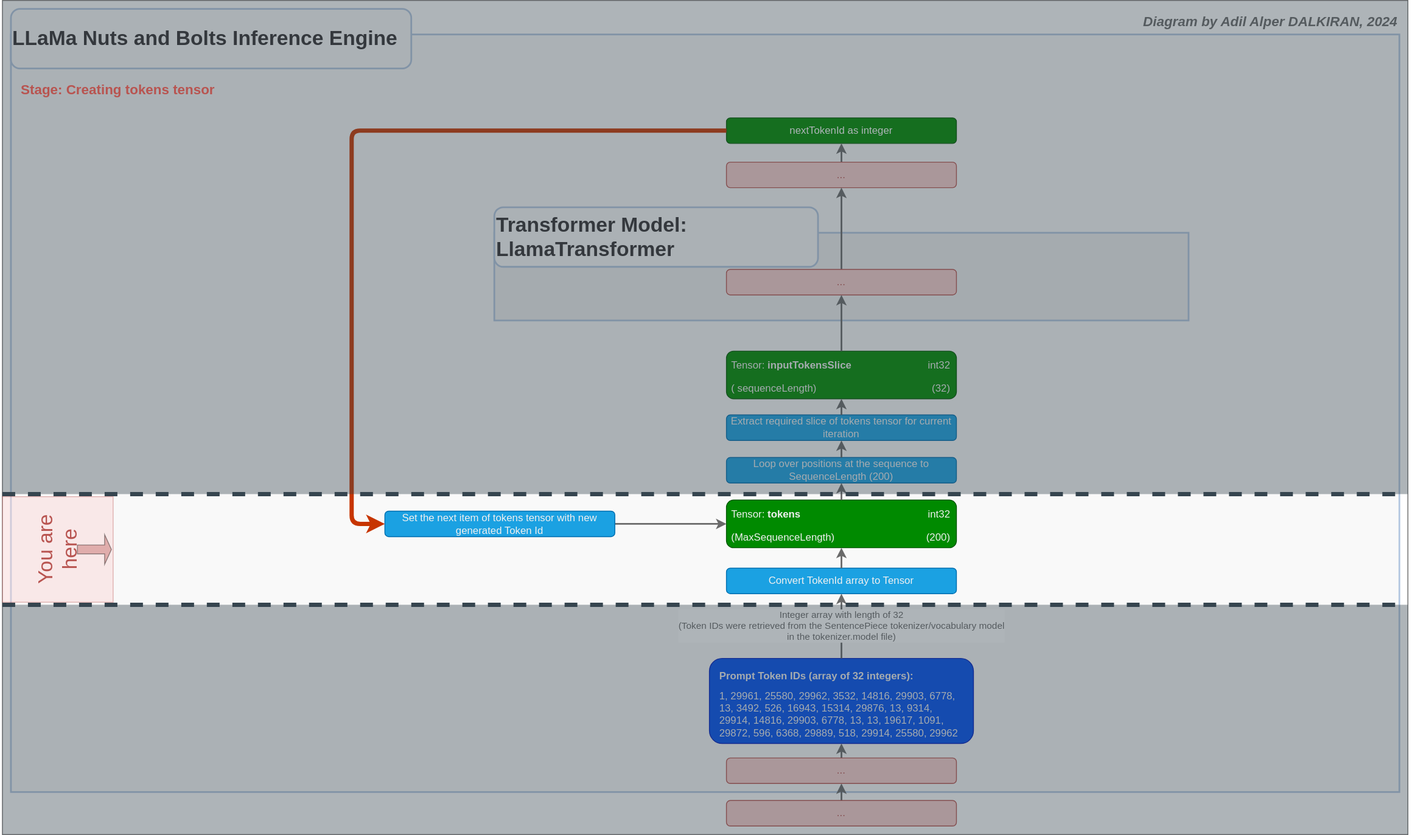
Above: docs/images/DIAG01-STAGE02-creating-tokens-tensor.drawio.svg in adalkiran/llama-nuts-and-bolts (draw.io), before the change. Source tidied: cells renumbered, new cells last; positions are measured from the earlier drawing's top-left corner, leaving out a move shared by most shapes.
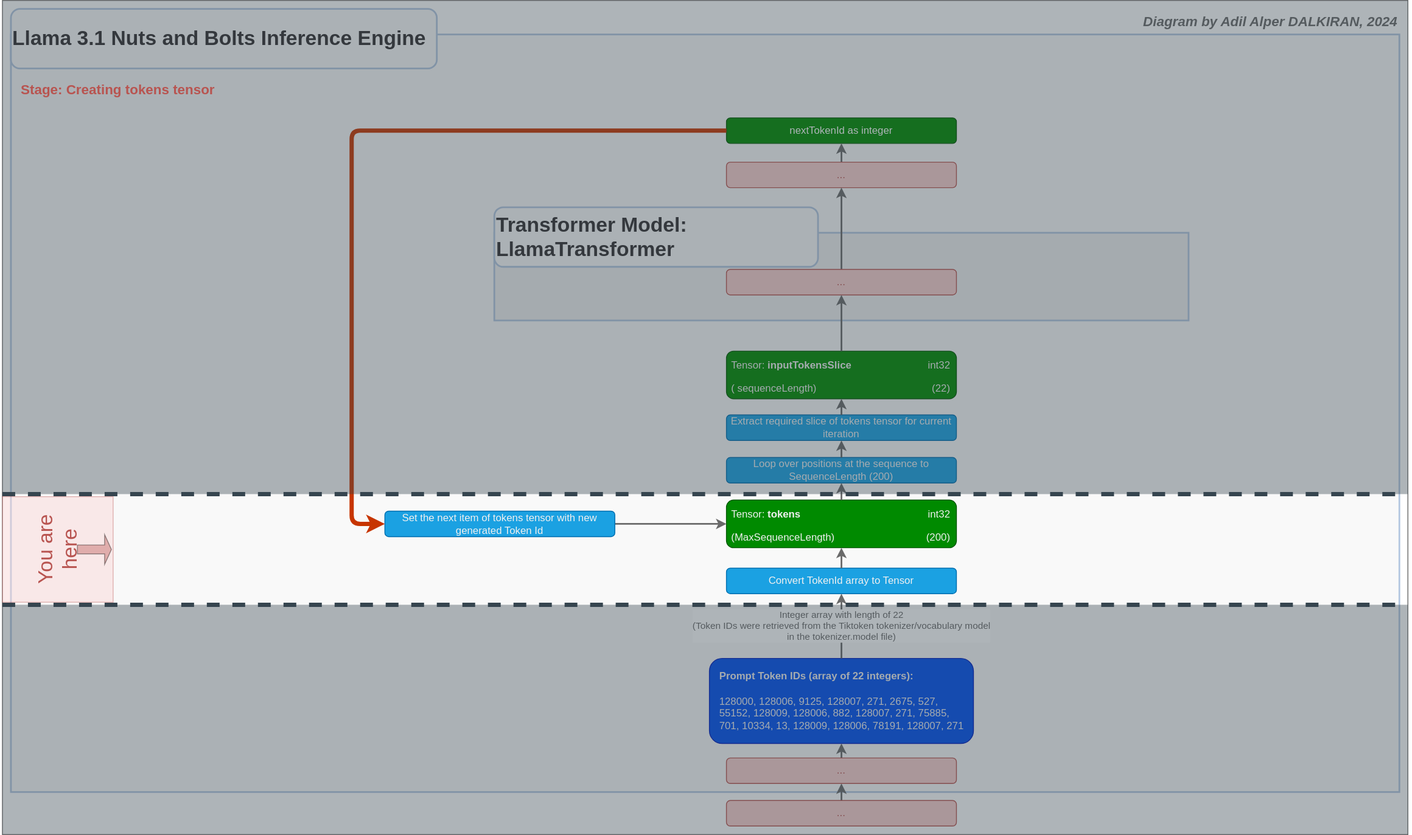
The same diagram one commit later.

What changed in the source:
```diff
@@ -11,8 +11,8 @@
     <mxCell id="4" style="rounded=0;whiteSpace=wrap;html=1;verticalAlign=bottom;fillColor=#F9F9F9;strokeColor=#B3C7E1;strokeWidth=2;" parent="1" vertex="1">
       <mxGeometry x="10" y="40" width="1630" height="890" as="geometry" />
     </mxCell>
-    <mxCell id="5" value="&lt;span style=&quot;text-align: right;&quot;&gt;LLaMa Nuts and Bolts Inference Engine&lt;/span&gt;" style="text;strokeColor=#B3C7E1;fillColor=#F9F9F9;html=1;fontSize=24;fontStyle=1;verticalAlign=middle;align=left;fontColor=#333132;strokeWidth=2;rounded=1;glass=0;whiteSpace=wrap;" parent="1" vertex="1">
-      <mxGeometry x="10" y="10" width="470" height="70" as="geometry" />
+    <mxCell id="5" value="&lt;span style=&quot;text-align: right;&quot;&gt;Llama 3.1 Nuts and Bolts Inference Engine&lt;/span&gt;" style="text;strokeColor=#B3C7E1;fillColor=#F9F9F9;html=1;fontSize=24;fontStyle=1;verticalAlign=middle;align=left;fontColor=#333132;strokeWidth=2;rounded=1;glass=0;whiteSpace=wrap;" parent="1" vertex="1">
+      <mxGeometry x="10" y="10" width="500" height="70" as="geometry" />
     </mxCell>
     <mxCell id="6" style="group;" parent="1" vertex="1">
       <mxGeometry x="830" y="773" width="310" height="100" as="geometry" />
@@ -26,19 +26,19 @@
     <mxCell id="9" style="shape=tableRow;horizontal=0;startSize=0;swimlaneHead=0;swimlaneBody=0;top=0;left=0;bottom=0;right=0;fillColor=none;" parent="8" vertex="1">
       <mxGeometry width="290" height="28" as="geometry" />
     </mxCell>
-    <mxCell id="10" value="&lt;b&gt;Prompt Token IDs (array of 32 integers):&lt;/b&gt;" style="shape=partialRectangle;html=1;whiteSpace=wrap;overflow=hidden;fillColor=none;top=0;left=0;bottom=0;right=0;align=left;fontColor=#F0F0F0;" parent="9" vertex="1">
+    <mxCell id="10" value="&lt;b style=&quot;border-color: var(--border-color);&quot;&gt;Prompt Token IDs (array of 22 integers):&lt;/b&gt;" style="shape=partialRectangle;html=1;whiteSpace=wrap;overflow=hidden;fillColor=none;top=0;left=0;bottom=0;right=0;align=left;fontColor=#F0F0F0;" parent="9" vertex="1">
       <mxGeometry width="290" height="28" as="geometry" />
     </mxCell>
     <mxCell id="11" style="shape=tableRow;horizontal=0;startSize=0;swimlaneHead=0;swimlaneBody=0;top=0;left=0;bottom=0;right=0;fillColor=none;" parent="8" vertex="1">
       <mxGeometry y="28" width="290" height="60" as="geometry" />
     </mxCell>
-    <mxCell id="12" value="1, 29961, 25580, 29962, 3532, 14816, 29903, 6778, 13, 3492, 526, 16943, 15314, 29876, 13, 9314, 29914, 14816, 29903, 6778, 13, 13, 19617, 1091, 29872, 596, 6368, 29889, 518, 29914, 25580, 29962" style="shape=partialRectangle;html=1;whiteSpace=wrap;overflow=hidden;fillColor=none;top=0;left=0;bottom=0;right=0;fontColor=#F0F0F0;align=left;" parent="11" vertex="1">
+    <mxCell id="12" value="128000, 128006, 9125, 128007, 271, 2675, 527, 55152, 128009, 128006, 882, 128007, 271, 75885, 701, 10334, 13, 128009, 128006, 78191, 128007, 271" style="shape=partialRectangle;html=1;whiteSpace=wrap;overflow=hidden;fillColor=none;top=0;left=0;bottom=0;right=0;fontColor=#F0F0F0;align=left;" parent="11" vertex="1">
       <mxGeometry width="290" height="60" as="geometry" />
     </mxCell>
     <mxCell id="13" value="Convert TokenId array to Tensor" style="rounded=1;whiteSpace=wrap;html=1;fillColor=#1ba1e2;fontColor=#F0F0F0;strokeColor=#006EAF;" parent="1" vertex="1">
       <mxGeometry x="850" y="667" width="270" height="30" as="geometry" />
     </mxCell>
-    <mxCell id="14" value="&lt;div&gt;Integer array with length of 32&lt;/div&gt;&lt;div&gt;(Token IDs were retrieved from the SentencePiece tokenizer/vocabulary model&lt;/div&gt;&lt;div&gt;in the tokenizer.model file)&lt;/div&gt;" style="edgeStyle=none;shape=connector;rounded=1;html=1;exitX=0.5;exitY=0;exitDx=0;exitDy=0;labelBackgroundColor=default;strokeColor=#6A6A6A;strokeWidth=2;fontFamily=Helvetica;fontSize=11;fontColor=#6A6A6A;endArrow=classic;" parent="1" edge="1" source="7">
+    <mxCell id="14" value="&lt;div style=&quot;border-color: var(--border-color);&quot;&gt;Integer array with length of 22&lt;/div&gt;&lt;div style=&quot;border-color: var(--border-color);&quot;&gt;(Token IDs were retrieved from the Tiktoken tokenizer/vocabulary model&lt;/div&gt;&lt;div style=&quot;border-color: var(--border-color);&quot;&gt;in the tokenizer.model file)&lt;/div&gt;" style="edgeStyle=none;shape=connector;rounded=1;html=1;exitX=0.5;exitY=0;exitDx=0;exitDy=0;labelBackgroundColor=default;strokeColor=#6A6A6A;strokeWidth=2;fontFamily=Helvetica;fontSize=11;fontColor=#6A6A6A;endArrow=classic;" parent="1" edge="1" source="7">
       <mxGeometry relative="1" as="geometry">
         <mxPoint x="985" y="697" as="targetPoint" />
       </mxGeometry>
@@ -109,7 +109,7 @@
     <mxCell id="36" value="(&lt;span style=&quot;font-size: 12px; text-align: center;&quot;&gt;sequenceLength)&lt;/span&gt;" style="shape=partialRectangle;html=1;whiteSpace=wrap;overflow=hidden;fillColor=none;top=0;left=0;bottom=0;right=0;fontFamily=Helvetica;fontSize=12;fontColor=#F0F0F0;align=left;verticalAlign=bottom;" parent="35" vertex="1">
       <mxGeometry width="179" height="31" as="geometry" />
     </mxCell>
-    <mxCell id="37" value="(32)" style="shape=partialRectangle;html=1;whiteSpace=wrap;overflow=hidden;fillColor=none;top=0;left=0;bottom=0;right=0;fontFamily=Helvetica;fontSize=12;fontColor=#F0F0F0;align=right;verticalAlign=bottom;" parent="35" vertex="1">
+    <mxCell id="37" value="(22)" style="shape=partialRectangle;html=1;whiteSpace=wrap;overflow=hidden;fillColor=none;top=0;left=0;bottom=0;right=0;fontFamily=Helvetica;fontSize=12;fontColor=#F0F0F0;align=right;verticalAlign=bottom;" parent="35" vertex="1">
       <mxGeometry x="179" width="82" height="31" as="geometry" />
     </mxCell>
     <mxCell id="38" style="edgeStyle=none;shape=connector;rounded=1;html=1;exitX=0.5;exitY=0;exitDx=0;exitDy=0;entryX=0.5;entryY=1;entryDx=0;entryDy=0;labelBackgroundColor=default;strokeColor=#6A6A6A;strokeWidth=2;fontFamily=Helvetica;fontSize=11;fontColor=#F0F0F0;endArrow=classic;" parent="1" edge="1" source="16" target="30">
```
